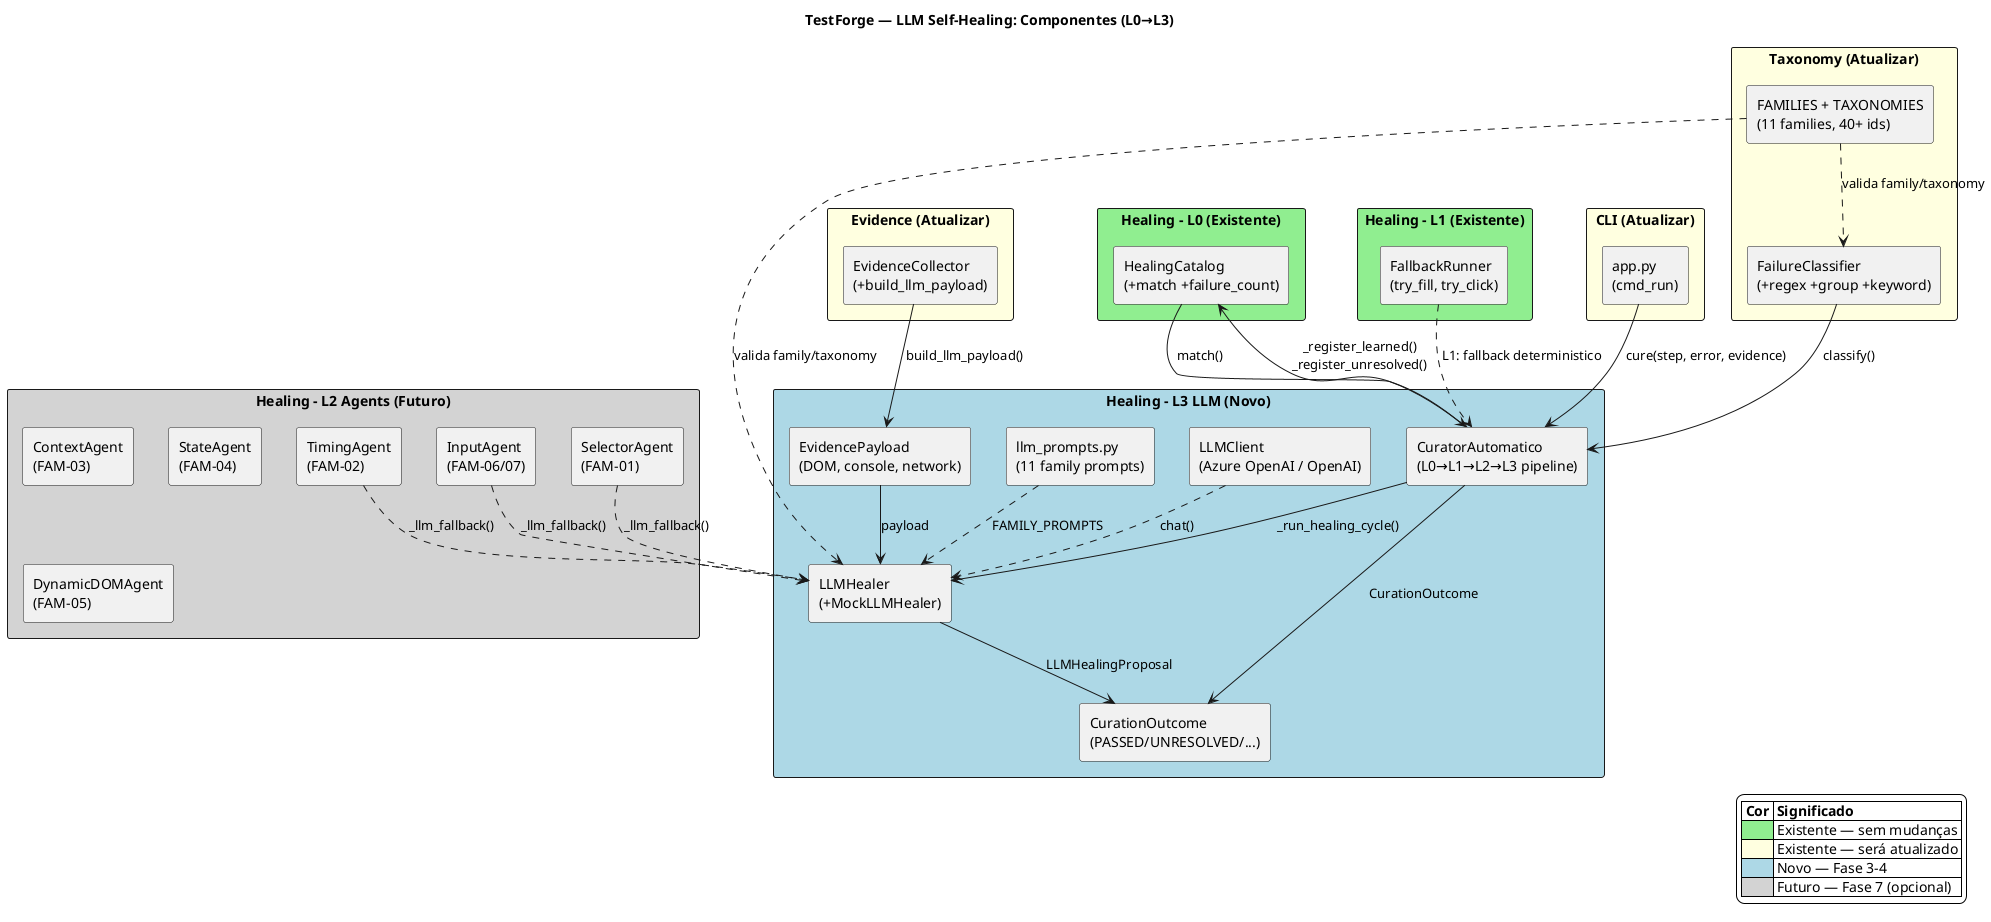
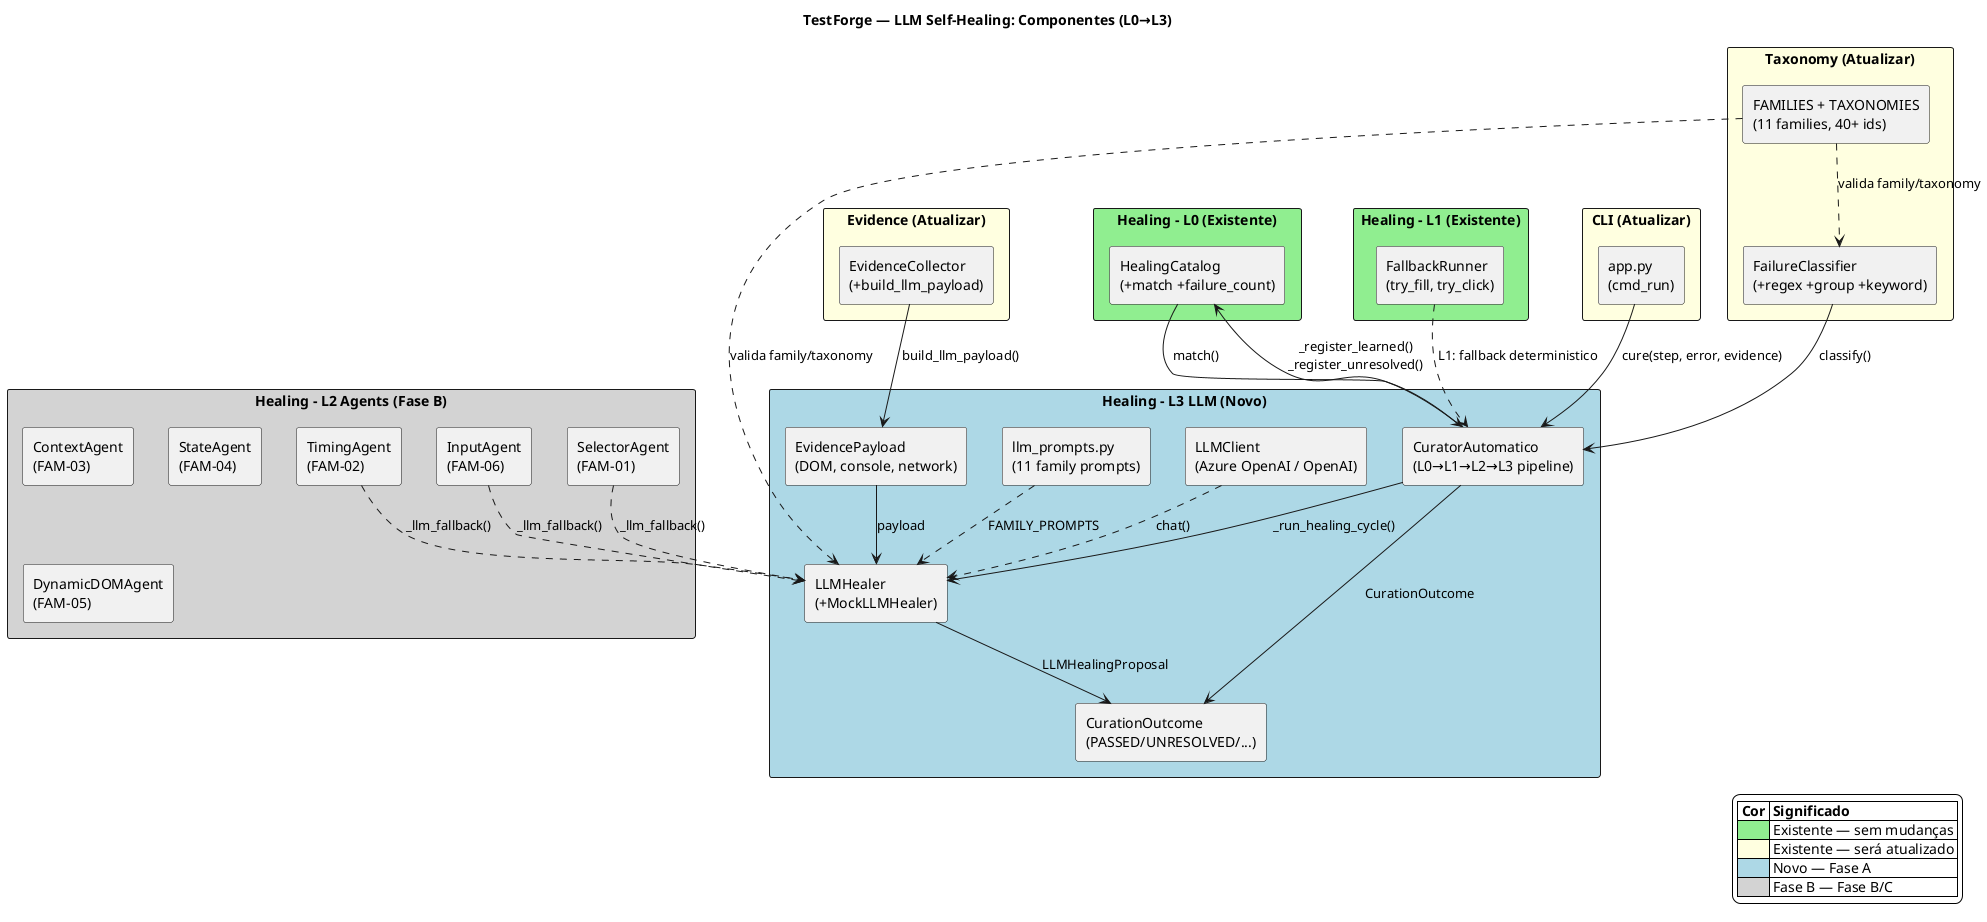
@startuml
title TestForge — LLM Self-Healing: Componentes (L0→L3)

skinparam packageStyle rectangle
skinparam backgroundColor #FFFFFF
skinparam componentStyle rectangle

' === Módulos existentes (atualizados) ===

package "Taxonomy (Atualizar)" as taxonomy #LightYellow {
  [FailureClassifier\n(+regex +group +keyword)] as FC
  [FAMILIES + TAXONOMIES\n(11 families, 40+ ids)] as FT
}

package "Evidence (Atualizar)" as evidence #LightYellow {
  [EvidenceCollector\n(+build_llm_payload)] as EC
}

package "Healing - L0 (Existente)" as l0 #LightGreen {
  [HealingCatalog\n(+match +failure_count)] as HC
}

package "Healing - L1 (Existente)" as l1 #LightGreen {
  [FallbackRunner\n(try_fill, try_click)] as FR
}

' === Novos módulos L3 ===

package "Healing - L3 LLM (Novo)" as l3 #LightBlue {
  [LLMClient\n(Azure OpenAI / OpenAI)] as LClient
  [LLMHealer\n(+MockLLMHealer)] as LHealer
  [llm_prompts.py\n(11 family prompts)] as LPrompts
  [EvidencePayload\n(DOM, console, network)] as EPayload
  [CuratorAutomatico\n(L0→L1→L2→L3 pipeline)] as Curator
  [CurationOutcome\n(PASSED/UNRESOLVED/...)] as COutcome
}

' === L2 Agents (Opcional) ===

- package "Healing - L2 Agents (Futuro)" as l2 #LightGray {
+ package "Healing - L2 Agents (Fase B)" as l2 #LightGray {
  [SelectorAgent\n(FAM-01)] as SA
  [TimingAgent\n(FAM-02)] as TA
-   [InputAgent\n(FAM-06/07)] as IA
+   [InputAgent\n(FAM-06)] as IA
  [ContextAgent\n(FAM-03)] as CA
  [StateAgent\n(FAM-04)] as StA
  [DynamicDOMAgent\n(FAM-05)] as DA
}

' === CLI ===

package "CLI (Atualizar)" as cli #LightYellow {
  [app.py\n(cmd_run)] as CMD
}

' === Dependências ===

CMD -down-> Curator : "cure(step, error, evidence)"
LClient ..> LHealer : "chat()"

EC -down-> EPayload : "build_llm_payload()"
EPayload -down-> LHealer : "payload"
LPrompts ..> LHealer : "FAMILY_PROMPTS"
LHealer -down-> COutcome : "LLMHealingProposal"

FC -down-> Curator : "classify()"
HC -down-> Curator : "match()"
FT ..> FC : "valida family/taxonomy"
FT ..> LHealer : "valida family/taxonomy"

Curator -down-> HC : "_register_learned()\n_register_unresolved()"
Curator -down-> LHealer : "_run_healing_cycle()"
Curator -down-> COutcome : "CurationOutcome"

FR ..> Curator : "L1: fallback deterministico"

SA ..> LHealer : "_llm_fallback()"
TA ..> LHealer : "_llm_fallback()"
IA ..> LHealer : "_llm_fallback()"

' === Legend ===

legend right
  |= Cor |= Significado |
  | <#LightGreen> | Existente — sem mudanças |
  | <#LightYellow> | Existente — será atualizado |
-   | <#LightBlue> | Novo — Fase 3-4 |
-   | <#LightGray> | Futuro — Fase 7 (opcional) |
+   | <#LightBlue> | Novo — Fase A |
+   | <#LightGray> | Fase B — Fase B/C |
endlegend

@enduml
